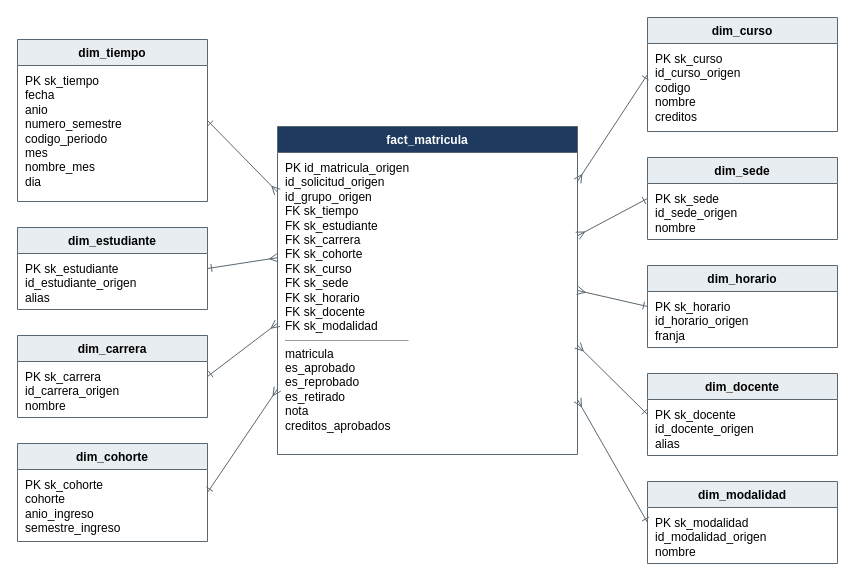
mlo-aa/Proyecto01-BI-Grupo04 keeps this draw.io diagram as docs/modelo_dimensional/modelo_dimensional.drawio. Above is the earlier version. Source tidied: cells renumbered, new cells numbered last; positions are measured from the earlier drawing's top-left corner, leaving out a move shared by most shapes. Both pictures are drawn from the tidied source at 100%, with x=0, y=0 at pixel (17, 17).
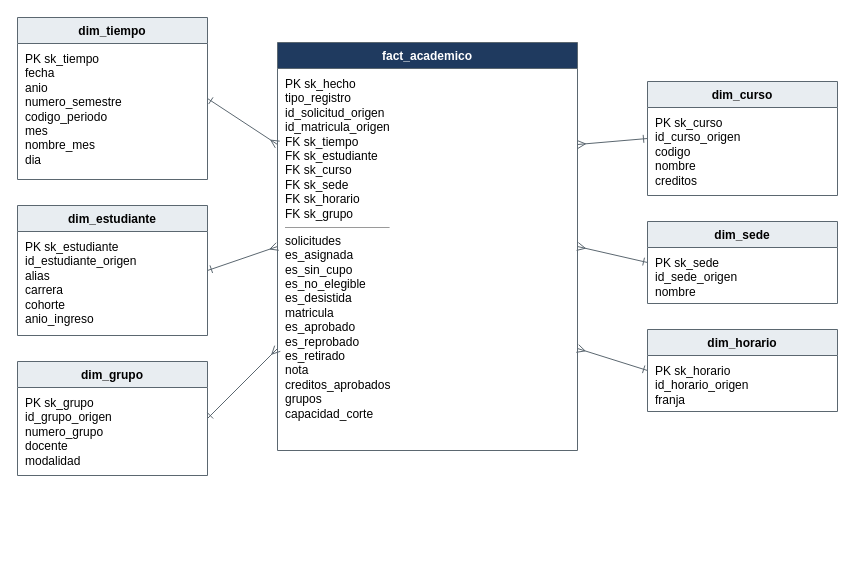
After the change.

Diff of the diagram source:
```diff
@@
     <mxCell id="2" value="dim_tiempo" style="swimlane;fontStyle=1;fontSize=12;startSize=26;fillColor=#E8EDF1;fontColor=#000000;strokeColor=#5B6770;swimlaneFillColor=#FFFFFF;" parent="1" vertex="1">
-      <mxGeometry y="22" width="190" height="162" as="geometry" />
+      <mxGeometry width="190" height="162" as="geometry" />
     </mxCell>
@@
     <mxCell id="4" value="dim_estudiante" style="swimlane;fontStyle=1;fontSize=12;startSize=26;fillColor=#E8EDF1;fontColor=#000000;strokeColor=#5B6770;swimlaneFillColor=#FFFFFF;" parent="1" vertex="1">
-      <mxGeometry y="210" width="190" height="82" as="geometry" />
+      <mxGeometry y="188" width="190" height="130" as="geometry" />
     </mxCell>
-    <mxCell id="5" value="PK sk_estudiante&lt;br&gt;id_estudiante_origen&lt;br&gt;alias" style="text;html=1;align=left;verticalAlign=top;spacingLeft=6;spacingTop=2;fontSize=12;whiteSpace=wrap;" parent="4" vertex="1">
-      <mxGeometry y="26" width="190" height="56" as="geometry" />
+    <mxCell id="5" value="PK sk_estudiante&lt;br&gt;id_estudiante_origen&lt;br&gt;alias&lt;br&gt;carrera&lt;br&gt;cohorte&lt;br&gt;anio_ingreso" style="text;html=1;align=left;verticalAlign=top;spacingLeft=6;spacingTop=2;fontSize=12;whiteSpace=wrap;" parent="4" vertex="1">
+      <mxGeometry y="26" width="190" height="104" as="geometry" />
     </mxCell>
-    <mxCell id="6" value="dim_carrera" style="swimlane;fontStyle=1;fontSize=12;startSize=26;fillColor=#E8EDF1;fontColor=#000000;strokeColor=#5B6770;swimlaneFillColor=#FFFFFF;" parent="1" vertex="1">
-      <mxGeometry y="318" width="190" height="82" as="geometry" />
+    <mxCell id="6" value="dim_grupo" style="swimlane;fontStyle=1;fontSize=12;startSize=26;fillColor=#E8EDF1;fontColor=#000000;strokeColor=#5B6770;swimlaneFillColor=#FFFFFF;" parent="1" vertex="1">
+      <mxGeometry y="344" width="190" height="114" as="geometry" />
     </mxCell>
-    <mxCell id="7" value="PK sk_carrera&lt;br&gt;id_carrera_origen&lt;br&gt;nombre" style="text;html=1;align=left;verticalAlign=top;spacingLeft=6;spacingTop=2;fontSize=12;whiteSpace=wrap;" parent="6" vertex="1">
-      <mxGeometry y="26" width="190" height="56" as="geometry" />
+    <mxCell id="7" value="PK sk_grupo&lt;br&gt;id_grupo_origen&lt;br&gt;numero_grupo&lt;br&gt;docente&lt;br&gt;modalidad" style="text;html=1;align=left;verticalAlign=top;spacingLeft=6;spacingTop=2;fontSize=12;whiteSpace=wrap;" parent="6" vertex="1">
+      <mxGeometry y="26" width="190" height="88" as="geometry" />
     </mxCell>
-    <mxCell id="8" value="dim_cohorte" style="swimlane;fontStyle=1;fontSize=12;startSize=26;fillColor=#E8EDF1;fontColor=#000000;strokeColor=#5B6770;swimlaneFillColor=#FFFFFF;" parent="1" vertex="1">
-      <mxGeometry y="426" width="190" height="98" as="geometry" />
+    <mxCell id="8" value="dim_curso" style="swimlane;fontStyle=1;fontSize=12;startSize=26;fillColor=#E8EDF1;fontColor=#000000;strokeColor=#5B6770;swimlaneFillColor=#FFFFFF;" parent="1" vertex="1">
+      <mxGeometry x="630" y="64" width="190" height="114" as="geometry" />
     </mxCell>
-    <mxCell id="9" value="PK sk_cohorte&lt;br&gt;cohorte&lt;br&gt;anio_ingreso&lt;br&gt;semestre_ingreso" style="text;html=1;align=left;verticalAlign=top;spacingLeft=6;spacingTop=2;fontSize=12;whiteSpace=wrap;" parent="8" vertex="1">
-      <mxGeometry y="26" width="190" height="72" as="geometry" />
+    <mxCell id="9" value="PK sk_curso&lt;br&gt;id_curso_origen&lt;br&gt;codigo&lt;br&gt;nombre&lt;br&gt;creditos" style="text;html=1;align=left;verticalAlign=top;spacingLeft=6;spacingTop=2;fontSize=12;whiteSpace=wrap;" parent="8" vertex="1">
+      <mxGeometry y="26" width="190" height="88" as="geometry" />
     </mxCell>
-    <mxCell id="10" value="dim_curso" style="swimlane;fontStyle=1;fontSize=12;startSize=26;fillColor=#E8EDF1;fontColor=#000000;strokeColor=#5B6770;swimlaneFillColor=#FFFFFF;" parent="1" vertex="1">
-      <mxGeometry x="630" width="190" height="114" as="geometry" />
+    <mxCell id="10" value="dim_sede" style="swimlane;fontStyle=1;fontSize=12;startSize=26;fillColor=#E8EDF1;fontColor=#000000;strokeColor=#5B6770;swimlaneFillColor=#FFFFFF;" parent="1" vertex="1">
+      <mxGeometry x="630" y="204" width="190" height="82" as="geometry" />
     </mxCell>
-    <mxCell id="11" value="PK sk_curso&lt;br&gt;id_curso_origen&lt;br&gt;codigo&lt;br&gt;nombre&lt;br&gt;creditos" style="text;html=1;align=left;verticalAlign=top;spacingLeft=6;spacingTop=2;fontSize=12;whiteSpace=wrap;" parent="10" vertex="1">
-      <mxGeometry y="26" width="190" height="88" as="geometry" />
+    <mxCell id="11" value="PK sk_sede&lt;br&gt;id_sede_origen&lt;br&gt;nombre" style="text;html=1;align=left;verticalAlign=top;spacingLeft=6;spacingTop=2;fontSize=12;whiteSpace=wrap;" parent="10" vertex="1">
+      <mxGeometry y="26" width="190" height="56" as="geometry" />
     </mxCell>
-    <mxCell id="12" value="dim_sede" style="swimlane;fontStyle=1;fontSize=12;startSize=26;fillColor=#E8EDF1;fontColor=#000000;strokeColor=#5B6770;swimlaneFillColor=#FFFFFF;" parent="1" vertex="1">
-      <mxGeometry x="630" y="140" width="190" height="82" as="geometry" />
+    <mxCell id="12" value="dim_horario" style="swimlane;fontStyle=1;fontSize=12;startSize=26;fillColor=#E8EDF1;fontColor=#000000;strokeColor=#5B6770;swimlaneFillColor=#FFFFFF;" parent="1" vertex="1">
+      <mxGeometry x="630" y="312" width="190" height="82" as="geometry" />
     </mxCell>
-    <mxCell id="13" value="PK sk_sede&lt;br&gt;id_sede_origen&lt;br&gt;nombre" style="text;html=1;align=left;verticalAlign=top;spacingLeft=6;spacingTop=2;fontSize=12;whiteSpace=wrap;" parent="12" vertex="1">
+    <mxCell id="13" value="PK sk_horario&lt;br&gt;id_horario_origen&lt;br&gt;franja" style="text;html=1;align=left;verticalAlign=top;spacingLeft=6;spacingTop=2;fontSize=12;whiteSpace=wrap;" parent="12" vertex="1">
       <mxGeometry y="26" width="190" height="56" as="geometry" />
     </mxCell>
-    <mxCell id="14" value="dim_horario" style="swimlane;fontStyle=1;fontSize=12;startSize=26;fillColor=#E8EDF1;fontColor=#000000;strokeColor=#5B6770;swimlaneFillColor=#FFFFFF;" parent="1" vertex="1">
-      <mxGeometry x="630" y="248" width="190" height="82" as="geometry" />
+    <mxCell id="14" value="fact_academico" style="swimlane;fontStyle=1;fontSize=12;startSize=26;fillColor=#1F3A5F;fontColor=#FFFFFF;strokeColor=#5B6770;swimlaneFillColor=#FFFFFF;" parent="1" vertex="1">
+      <mxGeometry x="260" y="25" width="300" height="408" as="geometry" />
     </mxCell>
-    <mxCell id="15" value="PK sk_horario&lt;br&gt;id_horario_origen&lt;br&gt;franja" style="text;html=1;align=left;verticalAlign=top;spacingLeft=6;spacingTop=2;fontSize=12;whiteSpace=wrap;" parent="14" vertex="1">
-      <mxGeometry y="26" width="190" height="56" as="geometry" />
+    <mxCell id="15" value="PK sk_hecho&lt;br&gt;tipo_registro&lt;br&gt;id_solicitud_origen&lt;br&gt;id_matricula_origen&lt;br&gt;FK sk_tiempo&lt;br&gt;FK sk_estudiante&lt;br&gt;FK sk_curso&lt;br&gt;FK sk_sede&lt;br&gt;FK sk_horario&lt;br&gt;FK sk_grupo&lt;hr size=&quot;1&quot;&gt;solicitudes&lt;br&gt;es_asignada&lt;br&gt;es_sin_cupo&lt;br&gt;es_no_elegible&lt;br&gt;es_desistida&lt;br&gt;matricula&lt;br&gt;es_aprobado&lt;br&gt;es_reprobado&lt;br&gt;es_retirado&lt;br&gt;nota&lt;br&gt;creditos_aprobados&lt;br&gt;grupos&lt;br&gt;capacidad_corte" style="text;html=1;align=left;verticalAlign=top;spacingLeft=6;spacingTop=2;fontSize=12;whiteSpace=wrap;" parent="14" vertex="1">
+      <mxGeometry y="26" width="300" height="382" as="geometry" />
     </mxCell>
-    <mxCell id="16" value="dim_docente" style="swimlane;fontStyle=1;fontSize=12;startSize=26;fillColor=#E8EDF1;fontColor=#000000;strokeColor=#5B6770;swimlaneFillColor=#FFFFFF;" parent="1" vertex="1">
-      <mxGeometry x="630" y="356" width="190" height="82" as="geometry" />
+    <mxCell id="16" style="edgeStyle=none;html=1;startArrow=ERone;startFill=0;endArrow=ERmany;endFill=0;strokeColor=#5B6770;exitX=1;exitY=0.5;exitPerimeter=0;entryX=0;entryY=0.250;entryPerimeter=0;" parent="1" edge="1" source="2" target="14">
+      <mxGeometry relative="1" as="geometry" />
     </mxCell>
-    <mxCell id="17" value="PK sk_docente&lt;br&gt;id_docente_origen&lt;br&gt;alias" style="text;html=1;align=left;verticalAlign=top;spacingLeft=6;spacingTop=2;fontSize=12;whiteSpace=wrap;" parent="16" vertex="1">
-      <mxGeometry y="26" width="190" height="56" as="geometry" />
+    <mxCell id="17" style="edgeStyle=none;html=1;startArrow=ERone;startFill=0;endArrow=ERmany;endFill=0;strokeColor=#5B6770;exitX=1;exitY=0.5;exitPerimeter=0;entryX=0;entryY=0.500;entryPerimeter=0;" parent="1" edge="1" source="4" target="14">
+      <mxGeometry relative="1" as="geometry" />
     </mxCell>
-    <mxCell id="18" value="dim_modalidad" style="swimlane;fontStyle=1;fontSize=12;startSize=26;fillColor=#E8EDF1;fontColor=#000000;strokeColor=#5B6770;swimlaneFillColor=#FFFFFF;" parent="1" vertex="1">
-      <mxGeometry x="630" y="464" width="190" height="82" as="geometry" />
+    <mxCell id="18" style="edgeStyle=none;html=1;startArrow=ERone;startFill=0;endArrow=ERmany;endFill=0;strokeColor=#5B6770;exitX=1;exitY=0.5;exitPerimeter=0;entryX=0;entryY=0.750;entryPerimeter=0;" parent="1" edge="1" source="6" target="14">
+      <mxGeometry relative="1" as="geometry" />
     </mxCell>
-    <mxCell id="19" value="PK sk_modalidad&lt;br&gt;id_modalidad_origen&lt;br&gt;nombre" style="text;html=1;align=left;verticalAlign=top;spacingLeft=6;spacingTop=2;fontSize=12;whiteSpace=wrap;" parent="18" vertex="1">
-      <mxGeometry y="26" width="190" height="56" as="geometry" />
+    <mxCell id="19" style="edgeStyle=none;html=1;startArrow=ERone;startFill=0;endArrow=ERmany;endFill=0;strokeColor=#5B6770;exitX=0;exitY=0.5;exitPerimeter=0;entryX=1;entryY=0.250;entryPerimeter=0;" parent="1" edge="1" source="8" target="14">
+      <mxGeometry relative="1" as="geometry" />
     </mxCell>
-    <mxCell id="20" value="fact_matricula" style="swimlane;fontStyle=1;fontSize=12;startSize=26;fillColor=#1F3A5F;fontColor=#FFFFFF;strokeColor=#5B6770;swimlaneFillColor=#FFFFFF;" parent="1" vertex="1">
-      <mxGeometry x="260" y="109" width="300" height="328" as="geometry" />
+    <mxCell id="20" style="edgeStyle=none;html=1;startArrow=ERone;startFill=0;endArrow=ERmany;endFill=0;strokeColor=#5B6770;exitX=0;exitY=0.5;exitPerimeter=0;entryX=1;entryY=0.500;entryPerimeter=0;" parent="1" edge="1" source="10" target="14">
+      <mxGeometry relative="1" as="geometry" />
     </mxCell>
-    <mxCell id="21" value="PK id_matricula_origen&lt;br&gt;id_solicitud_origen&lt;br&gt;id_grupo_origen&lt;br&gt;FK sk_tiempo&lt;br&gt;FK sk_estudiante&lt;br&gt;FK sk_carrera&lt;br&gt;FK sk_cohorte&lt;br&gt;FK sk_curso&lt;br&gt;FK sk_sede&lt;br&gt;FK sk_horario&lt;br&gt;FK sk_docente&lt;br&gt;FK sk_modalidad&lt;hr size=&quot;1&quot;&gt;matricula&lt;br&gt;es_aprobado&lt;br&gt;es_reprobado&lt;br&gt;es_retirado&lt;br&gt;nota&lt;br&gt;creditos_aprobados" style="text;html=1;align=left;verticalAlign=top;spacingLeft=6;spacingTop=2;fontSize=12;whiteSpace=wrap;" parent="20" vertex="1">
-      <mxGeometry y="26" width="300" height="302" as="geometry" />
+    <mxCell id="21" style="edgeStyle=none;html=1;startArrow=ERone;startFill=0;endArrow=ERmany;endFill=0;strokeColor=#5B6770;exitX=0;exitY=0.5;exitPerimeter=0;entryX=1;entryY=0.750;entryPerimeter=0;" parent="1" edge="1" source="12" target="14">
+      <mxGeometry relative="1" as="geometry" />
     </mxCell>
-    <mxCell id="22" style="edgeStyle=none;html=1;startArrow=ERone;startFill=0;endArrow=ERmany;endFill=0;strokeColor=#5B6770;exitX=1;exitY=0.5;exitPerimeter=0;entryX=0;entryY=0.200;entryPerimeter=0;" parent="1" edge="1" source="2" target="20">
-      <mxGeometry relative="1" as="geometry" />
-    </mxCell>
-    <mxCell id="23" style="edgeStyle=none;html=1;startArrow=ERone;startFill=0;endArrow=ERmany;endFill=0;strokeColor=#5B6770;exitX=1;exitY=0.5;exitPerimeter=0;entryX=0;entryY=0.400;entryPerimeter=0;" parent="1" edge="1" source="4" target="20">
-      <mxGeometry relative="1" as="geometry" />
-    </mxCell>
-    <mxCell id="24" style="edgeStyle=none;html=1;startArrow=ERone;startFill=0;endArrow=ERmany;endFill=0;strokeColor=#5B6770;exitX=1;exitY=0.5;exitPerimeter=0;entryX=0;entryY=0.600;entryPerimeter=0;" parent="1" edge="1" source="6" target="20">
-      <mxGeometry relative="1" as="geometry" />
-    </mxCell>
-    <mxCell id="25" style="edgeStyle=none;html=1;startArrow=ERone;startFill=0;endArrow=ERmany;endFill=0;strokeColor=#5B6770;exitX=1;exitY=0.5;exitPerimeter=0;entryX=0;entryY=0.800;entryPerimeter=0;" parent="1" edge="1" source="8" target="20">
-      <mxGeometry relative="1" as="geometry" />
-    </mxCell>
-    <mxCell id="26" style="edgeStyle=none;html=1;startArrow=ERone;startFill=0;endArrow=ERmany;endFill=0;strokeColor=#5B6770;exitX=0;exitY=0.5;exitPerimeter=0;entryX=1;entryY=0.167;entryPerimeter=0;" parent="1" edge="1" source="10" target="20">
-      <mxGeometry relative="1" as="geometry" />
-    </mxCell>
-    <mxCell id="27" style="edgeStyle=none;html=1;startArrow=ERone;startFill=0;endArrow=ERmany;endFill=0;strokeColor=#5B6770;exitX=0;exitY=0.5;exitPerimeter=0;entryX=1;entryY=0.333;entryPerimeter=0;" parent="1" edge="1" source="12" target="20">
-      <mxGeometry relative="1" as="geometry" />
-    </mxCell>
-    <mxCell id="28" style="edgeStyle=none;html=1;startArrow=ERone;startFill=0;endArrow=ERmany;endFill=0;strokeColor=#5B6770;exitX=0;exitY=0.5;exitPerimeter=0;entryX=1;entryY=0.500;entryPerimeter=0;" parent="1" edge="1" source="14" target="20">
-      <mxGeometry relative="1" as="geometry" />
-    </mxCell>
-    <mxCell id="29" style="edgeStyle=none;html=1;startArrow=ERone;startFill=0;endArrow=ERmany;endFill=0;strokeColor=#5B6770;exitX=0;exitY=0.5;exitPerimeter=0;entryX=1;entryY=0.667;entryPerimeter=0;" parent="1" edge="1" source="16" target="20">
-      <mxGeometry relative="1" as="geometry" />
-    </mxCell>
-    <mxCell id="30" style="edgeStyle=none;html=1;startArrow=ERone;startFill=0;endArrow=ERmany;endFill=0;strokeColor=#5B6770;exitX=0;exitY=0.5;exitPerimeter=0;entryX=1;entryY=0.833;entryPerimeter=0;" parent="1" edge="1" source="18" target="20">
-      <mxGeometry relative="1" as="geometry" />
-    </mxCell>
```
